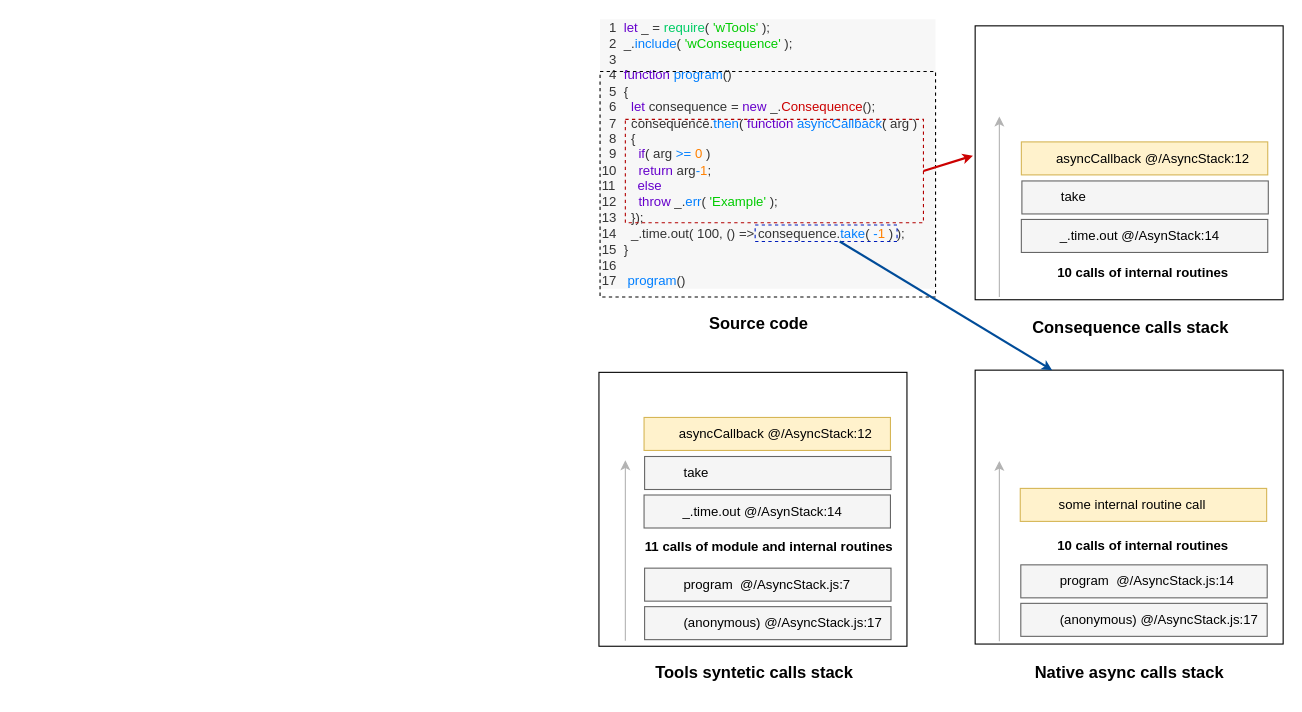
This is page "Async stack" (2 of 5) of doc/img/errorsHandling/Errors Handling.drawio from rahulshc/wTools, a draw.io file, before an edit. Source tidied: cells renumbered, new cells numbered last; positions are measured from the earlier drawing's top-left corner, leaving out a move shared by most shapes. Both pictures are drawn from the tidied source at 110%, with x=0, y=0 at pixel (598, 19).
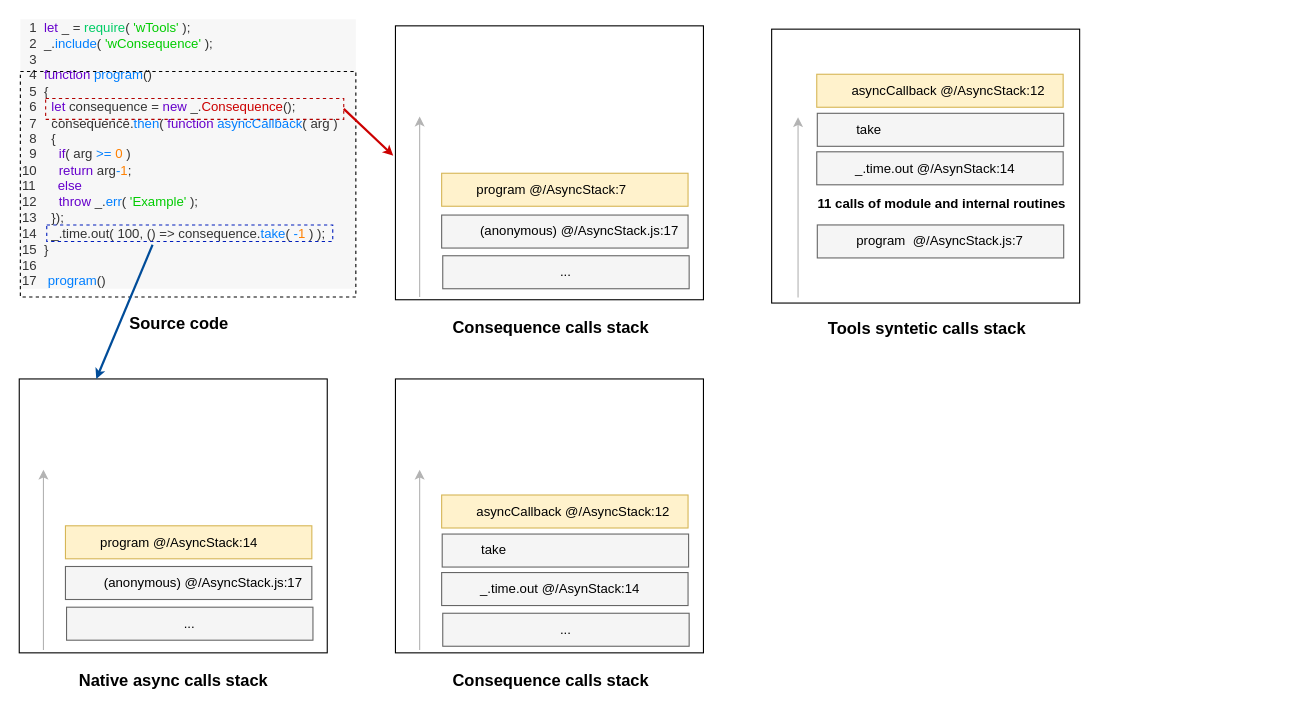
After the change.

Diff of the diagram source:
```diff
@@
-<mxGraphModel>
+<mxGraphModel background="#ffffff">
@@
     <mxCell id="2" style="rounded=0;whiteSpace=wrap;html=1;strokeColor=#000000;fillColor=#ffffff;" parent="1" vertex="1">
-      <mxGeometry x="342" y="6" width="280" height="249" as="geometry" />
+      <mxGeometry x="-185" y="6" width="280" height="249" as="geometry" />
     </mxCell>
     <mxCell id="3" value="Consequence calls stack" style="text;html=1;align=center;verticalAlign=middle;fontStyle=1;fontSize=15;" parent="1" vertex="1">
-      <mxGeometry x="391" y="268" width="184" height="23" as="geometry" />
+      <mxGeometry x="-136" y="268" width="184" height="23" as="geometry" />
     </mxCell>
     <mxCell id="4" value="&lt;div&gt;&amp;nbsp; 1&amp;nbsp; &lt;font color=&quot;#6600cc&quot;&gt;let&lt;/font&gt; _ = &lt;font color=&quot;#00cc66&quot;&gt;require&lt;/font&gt;( &lt;font color=&quot;#00cc00&quot;&gt;'wTools'&lt;/font&gt; );&lt;/div&gt;&lt;div&gt;&amp;nbsp; 2&amp;nbsp; _.&lt;font color=&quot;#007fff&quot;&gt;include&lt;/font&gt;( &lt;font color=&quot;#00cc00&quot;&gt;'wConsequence'&lt;/font&gt; );&lt;/div&gt;&lt;div&gt;&lt;div&gt;&amp;nbsp; 3&amp;nbsp;&amp;nbsp;&lt;/div&gt;&lt;div&gt;&amp;nbsp; 4&amp;nbsp; &lt;font color=&quot;#6600cc&quot;&gt;function&lt;/font&gt; &lt;font color=&quot;#007fff&quot;&gt;program&lt;/font&gt;()&lt;/div&gt;&lt;div&gt;&amp;nbsp; 5&amp;nbsp; {&lt;/div&gt;&lt;div&gt;&amp;nbsp; 6&amp;nbsp; &amp;nbsp; &lt;font color=&quot;#6600cc&quot;&gt;let&lt;/font&gt; consequence = &lt;font color=&quot;#6600cc&quot;&gt;new&lt;/font&gt; _.&lt;font color=&quot;#cc0000&quot;&gt;Consequence&lt;/font&gt;();&lt;/div&gt;&lt;div&gt;&amp;nbsp; 7&amp;nbsp; &amp;nbsp; consequence.&lt;font color=&quot;#007fff&quot;&gt;then&lt;/font&gt;( &lt;font color=&quot;#6600cc&quot;&gt;function&lt;/font&gt; &lt;font color=&quot;#007fff&quot;&gt;asyncCallback&lt;/font&gt;( arg )&lt;/div&gt;&lt;div&gt;&amp;nbsp; 8&amp;nbsp; &amp;nbsp; {&lt;/div&gt;&lt;div&gt;&amp;nbsp; 9&amp;nbsp; &amp;nbsp; &amp;nbsp;&amp;nbsp;&lt;font color=&quot;#6600cc&quot;&gt;if&lt;/font&gt;( arg &lt;font color=&quot;#007fff&quot;&gt;&amp;gt;=&lt;/font&gt; &lt;font color=&quot;#ff8000&quot;&gt;0&lt;/font&gt; )&lt;/div&gt;&lt;div&gt;10&amp;nbsp; &amp;nbsp; &amp;nbsp; &lt;font color=&quot;#6600cc&quot;&gt;return&lt;/font&gt; arg&lt;font color=&quot;#007fff&quot;&gt;-&lt;/font&gt;&lt;font color=&quot;#ff8000&quot;&gt;1&lt;/font&gt;;&lt;/div&gt;&lt;div&gt;11&amp;nbsp; &amp;nbsp; &amp;nbsp; &lt;font color=&quot;#6600cc&quot;&gt;else&lt;/font&gt;&lt;/div&gt;&lt;div&gt;12&amp;nbsp; &amp;nbsp; &amp;nbsp; &lt;font color=&quot;#6600cc&quot;&gt;throw&lt;/font&gt; _.&lt;font color=&quot;#007fff&quot;&gt;err&lt;/font&gt;( &lt;font color=&quot;#00cc00&quot;&gt;'Example'&lt;/font&gt; );&lt;/div&gt;&lt;div&gt;13&amp;nbsp; &amp;nbsp; });&lt;/div&gt;&lt;div&gt;14&amp;nbsp; &amp;nbsp; _.time.out( 100, () =&amp;gt;&amp;nbsp;&lt;span&gt;consequence.&lt;/span&gt;&lt;font color=&quot;#007fff&quot;&gt;take&lt;/font&gt;&lt;span&gt;(&lt;/span&gt;&lt;span&gt;&amp;nbsp;&lt;/span&gt;&lt;font color=&quot;#007fff&quot;&gt;-&lt;/font&gt;&lt;font color=&quot;#ff8000&quot;&gt;1&lt;/font&gt;&lt;span&gt;&amp;nbsp;&lt;/span&gt;&lt;span&gt;) )&lt;/span&gt;&lt;span&gt;;&lt;/span&gt;&lt;/div&gt;&lt;div&gt;15&amp;nbsp; }&lt;/div&gt;&lt;/div&gt;&lt;div&gt;&lt;span&gt;16&lt;/span&gt;&lt;/div&gt;&lt;div&gt;17&amp;nbsp; &amp;nbsp;&lt;font color=&quot;#007fff&quot;&gt;program&lt;/font&gt;()&lt;/div&gt;" style="text;html=1;align=left;verticalAlign=middle;fillColor=#F7F7F7;strokeColor=none;fontColor=#333333;" parent="1" vertex="1">
-      <mxGeometry x="1" width="305" height="245" as="geometry" />
+      <mxGeometry x="-526" width="305" height="245" as="geometry" />
     </mxCell>
     <mxCell id="5" style="rounded=0;whiteSpace=wrap;html=1;strokeColor=#000000;fillColor=#ffffff;" parent="1" vertex="1">
-      <mxGeometry y="321" width="280" height="249" as="geometry" />
+      <mxGeometry x="157" y="9" width="280" height="249" as="geometry" />
     </mxCell>
     <mxCell id="6" value="Tools syntetic calls stack" style="text;html=1;align=center;verticalAlign=middle;fontStyle=1;fontSize=15;" parent="1" vertex="1">
-      <mxGeometry x="48" y="580" width="185" height="25" as="geometry" />
+      <mxGeometry x="205" y="268" width="185" height="25" as="geometry" />
     </mxCell>
     <mxCell id="7" value="&lt;font&gt;&amp;nbsp; &amp;nbsp; &amp;nbsp; &amp;nbsp; &amp;nbsp;&lt;/font&gt;&lt;span style=&quot;white-space: nowrap&quot;&gt;&lt;font&gt;asyncCallback @/AsyncStack:12&lt;/font&gt;&lt;/span&gt;" style="rounded=0;whiteSpace=wrap;html=1;fillColor=#fff2cc;strokeColor=#d6b656;align=left;fontColor=#000000;" parent="1" vertex="1">
-      <mxGeometry x="41" y="362" width="224" height="30" as="geometry" />
+      <mxGeometry x="198" y="50" width="224" height="30" as="geometry" />
     </mxCell>
     <mxCell id="8" style="endArrow=classic;html=1;strokeColor=#B3B3B3;" parent="1" edge="1">
       <mxGeometry relative="1" as="geometry">
-        <mxPoint x="24" y="565" as="sourcePoint" />
-        <mxPoint x="24" y="401" as="targetPoint" />
+        <mxPoint x="181" y="253" as="sourcePoint" />
+        <mxPoint x="181" y="89" as="targetPoint" />
       </mxGeometry>
     </mxCell>
     <mxCell id="9" value="&lt;font&gt;&amp;nbsp; &amp;nbsp; &amp;nbsp; &amp;nbsp; &amp;nbsp;&lt;/font&gt;&lt;font&gt;&amp;nbsp;&lt;span style=&quot;white-space: nowrap&quot;&gt;_.time.out @/AsynStack:14&lt;/span&gt;&lt;/font&gt;" style="rounded=0;whiteSpace=wrap;html=1;fillColor=#f5f5f5;strokeColor=#666666;align=left;fontColor=#000000;" parent="1" vertex="1">
-      <mxGeometry x="41" y="432.5" width="224" height="30" as="geometry" />
+      <mxGeometry x="198" y="120.5" width="224" height="30" as="geometry" />
     </mxCell>
     <mxCell id="10" value="&lt;font&gt;&amp;nbsp; &amp;nbsp; &amp;nbsp; &amp;nbsp; &amp;nbsp; &lt;span style=&quot;white-space: nowrap&quot;&gt;take&lt;/span&gt;&lt;/font&gt;" style="rounded=0;whiteSpace=wrap;html=1;fillColor=#f5f5f5;strokeColor=#666666;align=left;fontColor=#000000;" parent="1" vertex="1">
-      <mxGeometry x="41.5" y="397.5" width="224" height="30" as="geometry" />
+      <mxGeometry x="198.5" y="85.5" width="224" height="30" as="geometry" />
     </mxCell>
     <mxCell id="11" value="&lt;font&gt;&amp;nbsp; &amp;nbsp; &amp;nbsp; &amp;nbsp; &amp;nbsp; program&amp;nbsp; @/AsyncStack.js:7&lt;/font&gt;" style="rounded=0;whiteSpace=wrap;html=1;fillColor=#f5f5f5;strokeColor=#666666;align=left;fontColor=#000000;" parent="1" vertex="1">
-      <mxGeometry x="41.5" y="499" width="224" height="30" as="geometry" />
+      <mxGeometry x="198.5" y="187" width="224" height="30" as="geometry" />
     </mxCell>
     <mxCell id="12" value="&lt;font&gt;&amp;nbsp; &amp;nbsp; &amp;nbsp; &amp;nbsp; &amp;nbsp; (anonymous)&amp;nbsp;@/AsyncStack.js:17&lt;/font&gt;" style="rounded=0;whiteSpace=wrap;html=1;fillColor=#f5f5f5;strokeColor=#666666;align=left;fontColor=#000000;" parent="1" vertex="1">
-      <mxGeometry x="41.5" y="534" width="224" height="30" as="geometry" />
+      <mxGeometry x="-143" y="178" width="224" height="30" as="geometry" />
     </mxCell>
     <mxCell id="13" value="11 calls of module and internal routines&amp;nbsp;" style="text;html=1;align=center;verticalAlign=middle;fontStyle=1;" parent="1" vertex="1">
-      <mxGeometry x="37.5" y="470.5" width="237" height="19" as="geometry" />
+      <mxGeometry x="194.5" y="158.5" width="237" height="19" as="geometry" />
     </mxCell>
     <mxCell id="14" value="Source code" style="text;html=1;align=center;verticalAlign=middle;fontStyle=1;fontSize=15;" parent="1" vertex="1">
-      <mxGeometry x="95" y="263" width="100" height="25" as="geometry" />
+      <mxGeometry x="-432" y="263" width="100" height="25" as="geometry" />
     </mxCell>
     <mxCell id="15" style="endArrow=classic;html=1;strokeColor=#B3B3B3;" parent="1" edge="1">
       <mxGeometry relative="1" as="geometry">
-        <mxPoint x="364" y="252.5" as="sourcePoint" />
-        <mxPoint x="364" y="88.5" as="targetPoint" />
+        <mxPoint x="-163" y="252.5" as="sourcePoint" />
+        <mxPoint x="-163" y="88.5" as="targetPoint" />
       </mxGeometry>
     </mxCell>
     <mxCell id="16" style="rounded=0;whiteSpace=wrap;html=1;strokeColor=#000000;fillColor=#ffffff;" parent="1" vertex="1">
-      <mxGeometry x="342" y="319" width="280" height="249" as="geometry" />
+      <mxGeometry x="-527" y="327" width="280" height="249" as="geometry" />
     </mxCell>
     <mxCell id="17" value="Native async calls stack" style="text;html=1;align=center;verticalAlign=middle;fontStyle=1;fontSize=15;" parent="1" vertex="1">
-      <mxGeometry x="392" y="580" width="180" height="25" as="geometry" />
+      <mxGeometry x="-477" y="588" width="180" height="25" as="geometry" />
     </mxCell>
-    <mxCell id="18" value="&lt;font&gt;&amp;nbsp; &amp;nbsp; &amp;nbsp; &amp;nbsp; &amp;nbsp; &lt;/font&gt;&lt;font&gt;program&amp;nbsp; @/AsyncStack.js:14&lt;/font&gt;" style="rounded=0;whiteSpace=wrap;html=1;fillColor=#f5f5f5;strokeColor=#666666;align=left;fontColor=#000000;" parent="1" vertex="1">
-      <mxGeometry x="383.5" y="496" width="224" height="30" as="geometry" />
-    </mxCell>
-    <mxCell id="19" value="&lt;font&gt;&amp;nbsp; &amp;nbsp; &amp;nbsp; &amp;nbsp; &amp;nbsp; (anonymous)&amp;nbsp;@/AsyncStack.js:17&lt;/font&gt;" style="rounded=0;whiteSpace=wrap;html=1;fillColor=#f5f5f5;strokeColor=#666666;align=left;fontColor=#000000;" parent="1" vertex="1">
-      <mxGeometry x="383.5" y="531" width="224" height="30" as="geometry" />
-    </mxCell>
-    <mxCell id="20" value="10 calls of internal routines&amp;nbsp;" style="text;html=1;align=center;verticalAlign=middle;fontStyle=1;" parent="1" vertex="1">
-      <mxGeometry x="411.5" y="469.5" width="168" height="19" as="geometry" />
-    </mxCell>
     <mxCell id="21" style="endArrow=classic;html=1;strokeColor=#B3B3B3;" parent="1" edge="1">
       <mxGeometry relative="1" as="geometry">
-        <mxPoint x="364" y="565.5" as="sourcePoint" />
-        <mxPoint x="364" y="401.5" as="targetPoint" />
+        <mxPoint x="-505" y="573.5" as="sourcePoint" />
+        <mxPoint x="-505" y="409.5" as="targetPoint" />
       </mxGeometry>
     </mxCell>
-    <mxCell id="22" value="&lt;font&gt;&amp;nbsp; &amp;nbsp; &amp;nbsp; &amp;nbsp; &amp;nbsp;&lt;/font&gt;&lt;span style=&quot;white-space: nowrap&quot;&gt;&lt;font&gt;asyncCallback @/AsyncStack:12&lt;/font&gt;&lt;/span&gt;" style="rounded=0;whiteSpace=wrap;html=1;fillColor=#fff2cc;strokeColor=#d6b656;align=left;fontColor=#000000;" parent="1" vertex="1">
-      <mxGeometry x="384" y="111.5" width="224" height="30" as="geometry" />
+    <mxCell id="22" value="&lt;font&gt;&amp;nbsp; &amp;nbsp; &amp;nbsp; &amp;nbsp; &amp;nbsp;&lt;/font&gt;&lt;span style=&quot;white-space: nowrap&quot;&gt;&lt;font&gt;program @/AsyncStack:7&lt;/font&gt;&lt;/span&gt;" style="rounded=0;whiteSpace=wrap;html=1;fillColor=#fff2cc;strokeColor=#d6b656;align=left;fontColor=#000000;" parent="1" vertex="1">
+      <mxGeometry x="-143" y="140" width="224" height="30" as="geometry" />
     </mxCell>
-    <mxCell id="23" value="&lt;font&gt;&amp;nbsp; &amp;nbsp; &amp;nbsp; &amp;nbsp; &amp;nbsp;&lt;/font&gt;&lt;font&gt;&amp;nbsp;&lt;span style=&quot;white-space: nowrap&quot;&gt;_.time.out @/AsynStack:14&lt;/span&gt;&lt;/font&gt;" style="rounded=0;whiteSpace=wrap;html=1;fillColor=#f5f5f5;strokeColor=#666666;align=left;fontColor=#000000;" parent="1" vertex="1">
-      <mxGeometry x="384" y="182" width="224" height="30" as="geometry" />
-    </mxCell>
-    <mxCell id="24" value="&lt;font&gt;&amp;nbsp; &amp;nbsp; &amp;nbsp; &amp;nbsp; &amp;nbsp; &lt;span style=&quot;white-space: nowrap&quot;&gt;take&lt;/span&gt;&lt;/font&gt;" style="rounded=0;whiteSpace=wrap;html=1;fillColor=#f5f5f5;strokeColor=#666666;align=left;fontColor=#000000;" parent="1" vertex="1">
-      <mxGeometry x="384.5" y="147" width="224" height="30" as="geometry" />
-    </mxCell>
-    <mxCell id="25" value="10 calls of internal routines&amp;nbsp;" style="text;html=1;align=center;verticalAlign=middle;fontStyle=1;" parent="1" vertex="1">
-      <mxGeometry x="412" y="221" width="168" height="19" as="geometry" />
-    </mxCell>
     <mxCell id="26" style="rounded=0;whiteSpace=wrap;html=1;fontColor=#000000;fillColor=none;dashed=1;" parent="1" vertex="1">
-      <mxGeometry x="1" y="47.5" width="305" height="205" as="geometry" />
+      <mxGeometry x="-526" y="47.5" width="305" height="205" as="geometry" />
     </mxCell>
     <mxCell id="27" style="rounded=0;whiteSpace=wrap;html=1;dashed=1;fillColor=none;fontColor=#ffffff;strokeColor=#B20000;" parent="1" vertex="1">
-      <mxGeometry x="24" y="91" width="271" height="94" as="geometry" />
+      <mxGeometry x="-503" y="72" width="271" height="19" as="geometry" />
     </mxCell>
     <mxCell id="28" style="rounded=0;whiteSpace=wrap;html=1;dashed=1;fillColor=none;fontColor=#ffffff;strokeColor=#001DBC;" parent="1" vertex="1">
-      <mxGeometry x="142" y="187" width="129" height="15" as="geometry" />
+      <mxGeometry x="-502" y="187" width="260" height="15" as="geometry" />
     </mxCell>
     <mxCell id="29" style="endArrow=classic;html=1;strokeColor=#CC0000;strokeWidth=2;endSize=3.209708737864078;endWidth=7.271184843057781;exitX=1;exitY=0.5;exitDx=0;exitDy=0;" parent="1" edge="1" source="27">
       <mxGeometry relative="1" as="geometry">
-        <mxPoint x="340" y="124" as="targetPoint" />
+        <mxPoint x="-187" y="124" as="targetPoint" />
       </mxGeometry>
     </mxCell>
-    <mxCell id="30" value="&amp;nbsp; &amp;nbsp; &amp;nbsp; &amp;nbsp; &amp;nbsp; some internal routine call" style="rounded=0;whiteSpace=wrap;html=1;fillColor=#fff2cc;strokeColor=#d6b656;align=left;fontColor=#000000;" parent="1" vertex="1">
-      <mxGeometry x="383" y="426.5" width="224" height="30" as="geometry" />
-    </mxCell>
-    <mxCell id="31" style="endArrow=classic;html=1;strokeColor=#004C99;strokeWidth=2;endSize=3.209708737864078;endWidth=7.271184843057781;entryX=0.25;entryY=0;entryDx=0;entryDy=0;" parent="1" edge="1" source="28" target="16">
+    <mxCell id="31" style="endArrow=classic;html=1;strokeColor=#004C99;strokeWidth=2;endSize=3.209708737864078;endWidth=7.271184843057781;entryX=0.25;entryY=0;entryDx=0;entryDy=0;exitX=0.37;exitY=1.2;exitPerimeter=0;" parent="1" edge="1" source="28" target="16">
       <mxGeometry relative="1" as="geometry" />
     </mxCell>
+    <mxCell id="32" style="rounded=0;whiteSpace=wrap;html=1;strokeColor=#000000;fillColor=#ffffff;" parent="1" vertex="1">
+      <mxGeometry x="-185" y="327" width="280" height="249" as="geometry" />
+    </mxCell>
+    <mxCell id="33" value="Consequence calls stack" style="text;html=1;align=center;verticalAlign=middle;fontStyle=1;fontSize=15;" parent="1" vertex="1">
+      <mxGeometry x="-136" y="589" width="184" height="23" as="geometry" />
+    </mxCell>
+    <mxCell id="34" style="endArrow=classic;html=1;strokeColor=#B3B3B3;" parent="1" edge="1">
+      <mxGeometry relative="1" as="geometry">
+        <mxPoint x="-163" y="573.5" as="sourcePoint" />
+        <mxPoint x="-163" y="409.5" as="targetPoint" />
+      </mxGeometry>
+    </mxCell>
+    <mxCell id="35" value="&lt;font&gt;&amp;nbsp; &amp;nbsp; &amp;nbsp; &amp;nbsp; &amp;nbsp;&lt;/font&gt;&lt;span style=&quot;white-space: nowrap&quot;&gt;&lt;font&gt;asyncCallback @/AsyncStack:12&lt;/font&gt;&lt;/span&gt;" style="rounded=0;whiteSpace=wrap;html=1;fillColor=#fff2cc;strokeColor=#d6b656;align=left;fontColor=#000000;" parent="1" vertex="1">
+      <mxGeometry x="-143" y="432.5" width="224" height="30" as="geometry" />
+    </mxCell>
+    <mxCell id="23" value="&lt;font&gt;&amp;nbsp; &amp;nbsp; &amp;nbsp; &amp;nbsp; &amp;nbsp;&lt;/font&gt;&lt;font&gt;&amp;nbsp;&lt;span style=&quot;white-space: nowrap&quot;&gt;_.time.out @/AsynStack:14&lt;/span&gt;&lt;/font&gt;" style="rounded=0;whiteSpace=wrap;html=1;fillColor=#f5f5f5;strokeColor=#666666;align=left;fontColor=#000000;" parent="1" vertex="1">
+      <mxGeometry x="-143" y="503" width="224" height="30" as="geometry" />
+    </mxCell>
+    <mxCell id="24" value="&lt;font&gt;&amp;nbsp; &amp;nbsp; &amp;nbsp; &amp;nbsp; &amp;nbsp; &lt;span style=&quot;white-space: nowrap&quot;&gt;take&lt;/span&gt;&lt;/font&gt;" style="rounded=0;whiteSpace=wrap;html=1;fillColor=#f5f5f5;strokeColor=#666666;align=left;fontColor=#000000;" parent="1" vertex="1">
+      <mxGeometry x="-142.5" y="468" width="224" height="30" as="geometry" />
+    </mxCell>
+    <mxCell id="36" value="&lt;div style=&quot;text-align: center&quot;&gt;&lt;span&gt;...&lt;/span&gt;&lt;/div&gt;" style="rounded=0;whiteSpace=wrap;html=1;fillColor=#f5f5f5;strokeColor=#666666;align=center;fontColor=#000000;" parent="1" vertex="1">
+      <mxGeometry x="-142" y="215" width="224" height="30" as="geometry" />
+    </mxCell>
+    <mxCell id="19" value="&lt;font&gt;&amp;nbsp; &amp;nbsp; &amp;nbsp; &amp;nbsp; &amp;nbsp; (anonymous)&amp;nbsp;@/AsyncStack.js:17&lt;/font&gt;" style="rounded=0;whiteSpace=wrap;html=1;fillColor=#f5f5f5;strokeColor=#666666;align=left;fontColor=#000000;" parent="1" vertex="1">
+      <mxGeometry x="-485" y="497.5" width="224" height="30" as="geometry" />
+    </mxCell>
+    <mxCell id="37" value="&lt;font&gt;&amp;nbsp; &amp;nbsp; &amp;nbsp; &amp;nbsp; &amp;nbsp;&lt;/font&gt;&lt;span style=&quot;white-space: nowrap&quot;&gt;&lt;font&gt;program @/AsyncStack:14&lt;/font&gt;&lt;/span&gt;" style="rounded=0;whiteSpace=wrap;html=1;fillColor=#fff2cc;strokeColor=#d6b656;align=left;fontColor=#000000;" parent="1" vertex="1">
+      <mxGeometry x="-485" y="460.5" width="224" height="30" as="geometry" />
+    </mxCell>
+    <mxCell id="38" value="&lt;div style=&quot;text-align: center&quot;&gt;&lt;span&gt;...&lt;/span&gt;&lt;/div&gt;" style="rounded=0;whiteSpace=wrap;html=1;fillColor=#f5f5f5;strokeColor=#666666;align=center;fontColor=#000000;" parent="1" vertex="1">
+      <mxGeometry x="-484" y="534.5" width="224" height="30" as="geometry" />
+    </mxCell>
+    <mxCell id="39" value="&lt;div style=&quot;text-align: center&quot;&gt;&lt;span&gt;...&lt;/span&gt;&lt;/div&gt;" style="rounded=0;whiteSpace=wrap;html=1;fillColor=#f5f5f5;strokeColor=#666666;align=center;fontColor=#000000;" parent="1" vertex="1">
+      <mxGeometry x="-142" y="540" width="224" height="30" as="geometry" />
+    </mxCell>
```
